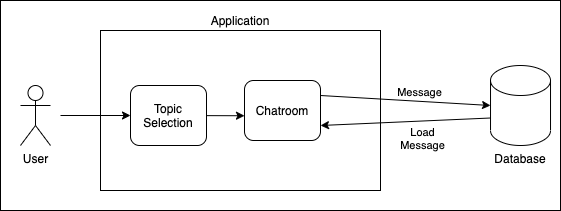
This is presentations/images/compent_diagram.png from Aschladant/team14-social-app, a draw.io export, as it was before one commit. Source tidied: cells renumbered, new cells last; positions are measured from the earlier drawing's top-left corner, leaving out a move shared by most shapes. The source it was exported from:
```xml
<mxGraphModel>
  <root>
    <mxCell id="0" />
    <mxCell id="1" parent="0" />
    <mxCell id="2" style="rounded=0;whiteSpace=wrap;html=1;" parent="1" vertex="1">
      <mxGeometry width="560" height="210" as="geometry" />
    </mxCell>
    <mxCell id="3" value="User&lt;br&gt;" style="shape=umlActor;verticalLabelPosition=bottom;verticalAlign=top;html=1;" parent="1" vertex="1">
      <mxGeometry x="20" y="85" width="30" height="60" as="geometry" />
    </mxCell>
    <mxCell id="4" value="Application&lt;br&gt;" style="rounded=0;whiteSpace=wrap;html=1;labelPosition=center;verticalLabelPosition=top;align=center;verticalAlign=bottom;" parent="1" vertex="1">
      <mxGeometry x="100" y="30" width="280" height="160" as="geometry" />
    </mxCell>
    <mxCell id="5" value="Database" style="shape=cylinder3;whiteSpace=wrap;html=1;boundedLbl=1;backgroundOutline=1;size=15;labelPosition=center;verticalLabelPosition=bottom;align=center;verticalAlign=top;" parent="1" vertex="1">
      <mxGeometry x="490" y="65" width="60" height="80" as="geometry" />
    </mxCell>
    <mxCell id="6" value="Chatroom" style="rounded=1;whiteSpace=wrap;html=1;" parent="1" vertex="1">
      <mxGeometry x="244" y="80" width="76" height="60" as="geometry" />
    </mxCell>
    <mxCell id="7" style="endArrow=classic;html=1;entryX=0;entryY=0.5;entryDx=0;entryDy=0;" parent="1" edge="1">
      <mxGeometry relative="1" as="geometry">
        <mxPoint x="60" y="115" as="sourcePoint" />
        <mxPoint x="130" y="115" as="targetPoint" />
      </mxGeometry>
    </mxCell>
    <mxCell id="8" style="endArrow=classic;html=1;" parent="1" edge="1">
      <mxGeometry relative="1" as="geometry">
        <mxPoint x="200" y="115.1" as="sourcePoint" />
        <mxPoint x="244" y="115.2" as="targetPoint" />
      </mxGeometry>
    </mxCell>
    <mxCell id="9" style="endArrow=classic;html=1;entryX=0;entryY=0.5;entryDx=0;entryDy=0;entryPerimeter=0;exitX=1;exitY=0.25;exitDx=0;exitDy=0;" parent="1" edge="1" source="6" target="5">
      <mxGeometry relative="1" as="geometry" />
    </mxCell>
    <mxCell id="10" value="Message" style="edgeLabel;html=1;align=center;verticalAlign=bottom;labelPosition=center;verticalLabelPosition=top;fontSize=11;" parent="9" vertex="1">
      <mxGeometry x="0.16" y="1" relative="1" as="geometry" />
    </mxCell>
    <mxCell id="11" style="endArrow=classic;html=1;fontSize=11;exitX=0;exitY=0;exitDx=0;exitDy=52.5;exitPerimeter=0;entryX=1;entryY=0.75;entryDx=0;entryDy=0;" parent="1" edge="1" source="5" target="6">
      <mxGeometry relative="1" as="geometry" />
    </mxCell>
    <mxCell id="12" value="Load&lt;br&gt;Message" style="edgeLabel;html=1;align=center;verticalAlign=middle;fontSize=11;" parent="11" vertex="1">
      <mxGeometry x="-0.22" y="-1" relative="1" as="geometry">
        <mxPoint x="-3" y="18" as="offset" />
      </mxGeometry>
    </mxCell>
    <mxCell id="13" value="Topic&lt;br&gt;Selection" style="rounded=1;whiteSpace=wrap;html=1;" parent="1" vertex="1">
      <mxGeometry x="130" y="85" width="76" height="60" as="geometry" />
    </mxCell>
  </root>
</mxGraphModel>
```
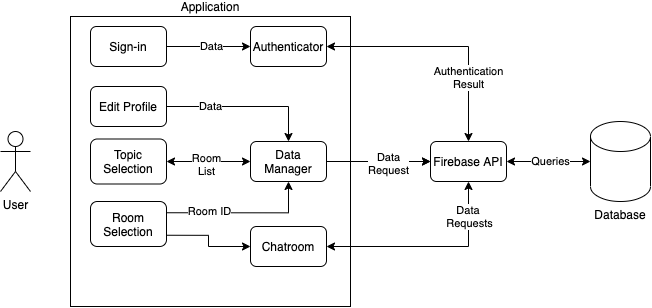
After the commit.

Diff of the diagram source:
```diff
@@ -2,49 +2,104 @@
   <root>
     <mxCell id="0" />
     <mxCell id="1" parent="0" />
-    <mxCell id="2" style="rounded=0;whiteSpace=wrap;html=1;" parent="1" vertex="1">
-      <mxGeometry width="560" height="210" as="geometry" />
-    </mxCell>
     <mxCell id="3" value="User&lt;br&gt;" style="shape=umlActor;verticalLabelPosition=bottom;verticalAlign=top;html=1;" parent="1" vertex="1">
-      <mxGeometry x="20" y="85" width="30" height="60" as="geometry" />
+      <mxGeometry x="10" y="115" width="30" height="60" as="geometry" />
     </mxCell>
+    <mxCell id="14" style="edgeStyle=orthogonalEdgeStyle;rounded=0;jettySize=auto;html=1;" parent="1" edge="1" source="4" target="17">
+      <mxGeometry relative="1" as="geometry" />
+    </mxCell>
     <mxCell id="4" value="Application&lt;br&gt;" style="rounded=0;whiteSpace=wrap;html=1;labelPosition=center;verticalLabelPosition=top;align=center;verticalAlign=bottom;" parent="1" vertex="1">
-      <mxGeometry x="100" y="30" width="280" height="160" as="geometry" />
+      <mxGeometry x="80" width="280" height="290" as="geometry" />
     </mxCell>
     <mxCell id="5" value="Database" style="shape=cylinder3;whiteSpace=wrap;html=1;boundedLbl=1;backgroundOutline=1;size=15;labelPosition=center;verticalLabelPosition=bottom;align=center;verticalAlign=top;" parent="1" vertex="1">
-      <mxGeometry x="490" y="65" width="60" height="80" as="geometry" />
+      <mxGeometry x="600" y="105" width="60" height="80" as="geometry" />
     </mxCell>
+    <mxCell id="15" style="edgeStyle=orthogonalEdgeStyle;rounded=0;jettySize=auto;html=1;exitX=1;exitY=0.5;exitDx=0;exitDy=0;entryX=0;entryY=0.5;entryDx=0;entryDy=0;" parent="1" edge="1" source="6" target="17">
+      <mxGeometry relative="1" as="geometry" />
+    </mxCell>
+    <mxCell id="16" value="Data&lt;br&gt;Request" style="edgeLabel;html=1;align=center;verticalAlign=middle;" parent="15" vertex="1">
+      <mxGeometry x="0.19" y="-2" relative="1" as="geometry" />
+    </mxCell>
-    <mxCell id="6" value="Chatroom" style="rounded=1;whiteSpace=wrap;html=1;" parent="1" vertex="1">
-      <mxGeometry x="244" y="80" width="76" height="60" as="geometry" />
+    <mxCell id="6" value="Data&lt;br&gt;Manager" style="rounded=1;whiteSpace=wrap;html=1;" parent="1" vertex="1">
+      <mxGeometry x="260" y="125" width="76" height="40" as="geometry" />
     </mxCell>
-    <mxCell id="7" style="endArrow=classic;html=1;entryX=0;entryY=0.5;entryDx=0;entryDy=0;" parent="1" edge="1">
-      <mxGeometry relative="1" as="geometry">
-        <mxPoint x="60" y="115" as="sourcePoint" />
-        <mxPoint x="130" y="115" as="targetPoint" />
-      </mxGeometry>
-    </mxCell>
-    <mxCell id="8" style="endArrow=classic;html=1;" parent="1" edge="1">
-      <mxGeometry relative="1" as="geometry">
-        <mxPoint x="200" y="115.1" as="sourcePoint" />
-        <mxPoint x="244" y="115.2" as="targetPoint" />
-      </mxGeometry>
-    </mxCell>
-    <mxCell id="9" style="endArrow=classic;html=1;entryX=0;entryY=0.5;entryDx=0;entryDy=0;entryPerimeter=0;exitX=1;exitY=0.25;exitDx=0;exitDy=0;" parent="1" edge="1" source="6" target="5">
-      <mxGeometry relative="1" as="geometry" />
-    </mxCell>
-    <mxCell id="10" value="Message" style="edgeLabel;html=1;align=center;verticalAlign=bottom;labelPosition=center;verticalLabelPosition=top;fontSize=11;" parent="9" vertex="1">
-      <mxGeometry x="0.16" y="1" relative="1" as="geometry" />
-    </mxCell>
-    <mxCell id="11" style="endArrow=classic;html=1;fontSize=11;exitX=0;exitY=0;exitDx=0;exitDy=52.5;exitPerimeter=0;entryX=1;entryY=0.75;entryDx=0;entryDy=0;" parent="1" edge="1" source="5" target="6">
-      <mxGeometry relative="1" as="geometry" />
-    </mxCell>
-    <mxCell id="12" value="Load&lt;br&gt;Message" style="edgeLabel;html=1;align=center;verticalAlign=middle;fontSize=11;" parent="11" vertex="1">
-      <mxGeometry x="-0.22" y="-1" relative="1" as="geometry">
-        <mxPoint x="-3" y="18" as="offset" />
-      </mxGeometry>
-    </mxCell>
     <mxCell id="13" value="Topic&lt;br&gt;Selection" style="rounded=1;whiteSpace=wrap;html=1;" parent="1" vertex="1">
-      <mxGeometry x="130" y="85" width="76" height="60" as="geometry" />
+      <mxGeometry x="100" y="122.5" width="76" height="45" as="geometry" />
     </mxCell>
+    <mxCell id="17" value="Firebase API" style="rounded=1;whiteSpace=wrap;html=1;" parent="1" vertex="1">
+      <mxGeometry x="440" y="125" width="76" height="40" as="geometry" />
+    </mxCell>
+    <mxCell id="18" style="edgeStyle=orthogonalEdgeStyle;rounded=0;jettySize=auto;html=1;exitX=1;exitY=0.5;exitDx=0;exitDy=0;entryX=0;entryY=0.5;entryDx=0;entryDy=0;" parent="1" edge="1" source="20" target="24">
+      <mxGeometry relative="1" as="geometry" />
+    </mxCell>
+    <mxCell id="19" value="Data" style="edgeLabel;html=1;align=center;verticalAlign=middle;" parent="18" vertex="1">
+      <mxGeometry x="-0.08" y="2" relative="1" as="geometry">
+        <mxPoint x="6" y="2" as="offset" />
+      </mxGeometry>
+    </mxCell>
+    <mxCell id="20" value="Sign-in" style="rounded=1;whiteSpace=wrap;html=1;" parent="1" vertex="1">
+      <mxGeometry x="100" y="10" width="76" height="40" as="geometry" />
+    </mxCell>
+    <mxCell id="21" style="edgeStyle=orthogonalEdgeStyle;rounded=0;jettySize=auto;html=1;exitX=1;exitY=0.5;exitDx=0;exitDy=0;entryX=0.5;entryY=0;entryDx=0;entryDy=0;" parent="1" edge="1" source="23" target="6">
+      <mxGeometry relative="1" as="geometry" />
+    </mxCell>
+    <mxCell id="22" value="Data" style="edgeLabel;html=1;align=center;verticalAlign=middle;" parent="21" vertex="1">
+      <mxGeometry x="-0.29" y="-3" relative="1" as="geometry">
+        <mxPoint x="-12" y="-3" as="offset" />
+      </mxGeometry>
+    </mxCell>
+    <mxCell id="23" value="Edit Profile" style="rounded=1;whiteSpace=wrap;html=1;" parent="1" vertex="1">
+      <mxGeometry x="100" y="70" width="76" height="40" as="geometry" />
+    </mxCell>
+    <mxCell id="24" value="Authenticator" style="rounded=1;whiteSpace=wrap;html=1;" parent="1" vertex="1">
+      <mxGeometry x="260" y="10" width="76" height="40" as="geometry" />
+    </mxCell>
+    <mxCell id="25" style="edgeStyle=orthogonalEdgeStyle;rounded=0;jettySize=auto;html=1;exitX=1;exitY=0.75;exitDx=0;exitDy=0;entryX=0;entryY=0.5;entryDx=0;entryDy=0;" parent="1" edge="1" source="28" target="29">
+      <mxGeometry relative="1" as="geometry" />
+    </mxCell>
+    <mxCell id="26" style="edgeStyle=orthogonalEdgeStyle;rounded=0;jettySize=auto;html=1;exitX=1;exitY=0.25;exitDx=0;exitDy=0;entryX=0.5;entryY=1;entryDx=0;entryDy=0;" parent="1" edge="1" source="28" target="6">
+      <mxGeometry relative="1" as="geometry" />
+    </mxCell>
+    <mxCell id="27" value="Room ID" style="edgeLabel;html=1;align=center;verticalAlign=middle;" parent="26" vertex="1">
+      <mxGeometry x="-0.44" y="2" relative="1" as="geometry" />
+    </mxCell>
+    <mxCell id="28" value="Room&lt;br&gt;Selection" style="rounded=1;whiteSpace=wrap;html=1;" parent="1" vertex="1">
+      <mxGeometry x="100" y="185" width="76" height="45" as="geometry" />
+    </mxCell>
+    <mxCell id="29" value="Chatroom" style="rounded=1;whiteSpace=wrap;html=1;" parent="1" vertex="1">
+      <mxGeometry x="260" y="210" width="76" height="40" as="geometry" />
+    </mxCell>
+    <mxCell id="30" style="endArrow=classic;startArrow=classic;html=1;rounded=0;edgeStyle=orthogonalEdgeStyle;entryX=0.5;entryY=1;entryDx=0;entryDy=0;exitX=1;exitY=0.5;exitDx=0;exitDy=0;" parent="1" edge="1" source="29" target="17">
+      <mxGeometry relative="1" as="geometry" />
+    </mxCell>
+    <mxCell id="31" value="Data &lt;br&gt;Requests" style="edgeLabel;html=1;align=center;verticalAlign=middle;" parent="30" vertex="1">
+      <mxGeometry x="0.34" y="1" relative="1" as="geometry">
+        <mxPoint x="3" y="-29" as="offset" />
+      </mxGeometry>
+    </mxCell>
+    <mxCell id="32" style="endArrow=classic;startArrow=classic;html=1;rounded=0;edgeStyle=orthogonalEdgeStyle;entryX=0.5;entryY=0;entryDx=0;entryDy=0;exitX=1;exitY=0.5;exitDx=0;exitDy=0;" parent="1" edge="1" source="24" target="17">
+      <mxGeometry relative="1" as="geometry" />
+    </mxCell>
+    <mxCell id="33" value="Authentication&lt;br&gt;Result" style="edgeLabel;html=1;align=center;verticalAlign=middle;" parent="32" vertex="1">
+      <mxGeometry x="0.36" y="1" relative="1" as="geometry">
+        <mxPoint x="-1" y="12" as="offset" />
+      </mxGeometry>
+    </mxCell>
+    <mxCell id="34" style="endArrow=classic;startArrow=classic;html=1;rounded=0;edgeStyle=orthogonalEdgeStyle;exitX=1;exitY=0.5;exitDx=0;exitDy=0;" parent="1" edge="1" source="13">
+      <mxGeometry relative="1" as="geometry">
+        <mxPoint x="260" y="145" as="targetPoint" />
+      </mxGeometry>
+    </mxCell>
+    <mxCell id="35" value="Room&lt;br&gt;List" style="edgeLabel;html=1;align=center;verticalAlign=middle;" parent="34" vertex="1">
+      <mxGeometry x="-0.06" y="-3" relative="1" as="geometry" />
+    </mxCell>
+    <mxCell id="36" style="endArrow=classic;startArrow=classic;html=1;rounded=0;edgeStyle=orthogonalEdgeStyle;exitX=1;exitY=0.5;exitDx=0;exitDy=0;entryX=0;entryY=0.5;entryDx=0;entryDy=0;entryPerimeter=0;" parent="1" edge="1" source="17" target="5">
+      <mxGeometry relative="1" as="geometry" />
+    </mxCell>
+    <mxCell id="37" value="Queries" style="edgeLabel;html=1;align=center;verticalAlign=middle;" parent="36" vertex="1">
+      <mxGeometry x="0.3" relative="1" as="geometry">
+        <mxPoint x="-11" as="offset" />
+      </mxGeometry>
+    </mxCell>
   </root>
 </mxGraphModel>
```
